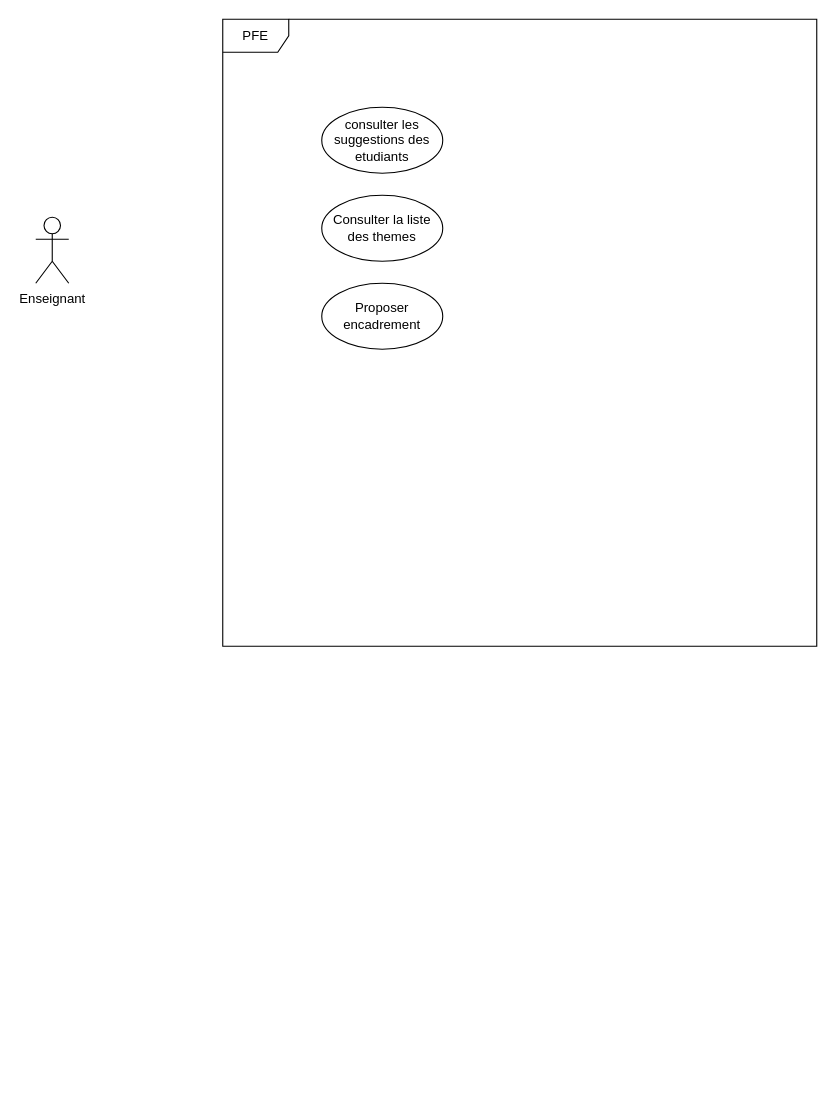
Earlier version of the draw.io diagram diagrams/useCasesEnseignant.drawio (stormsidali2001/PFE_third_year_school_project_front). Source tidied: cells renumbered, new cells numbered last; positions are measured from the earlier drawing's top-left corner, leaving out a move shared by most shapes. Both pictures are drawn from the tidied source at 110%, with x=0, y=0 at pixel (35, 19).
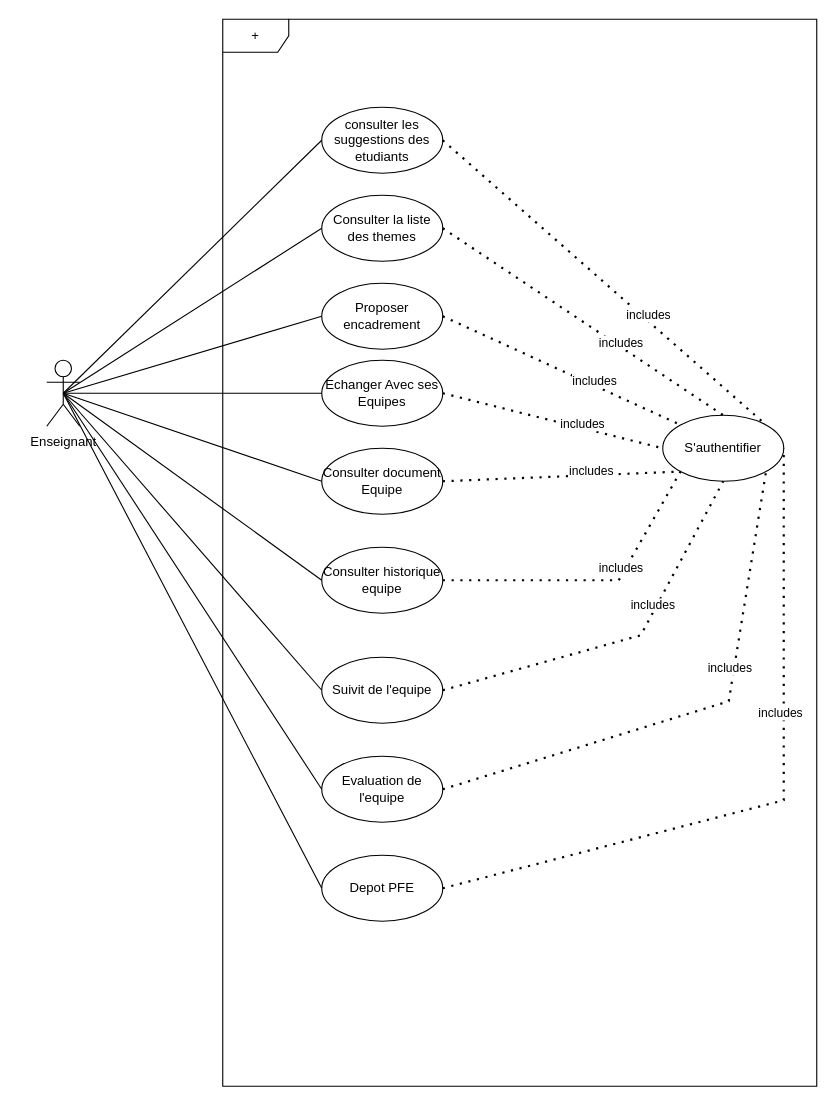
The same diagram, later.

The change refers to these unchanged cells:
```xml
<mxCell id="4" value="consulter les suggestions des etudiants" style="ellipse;whiteSpace=wrap;html=1;" parent="1" vertex="1">
  <mxGeometry x="260" y="80" width="110" height="60" as="geometry" />
</mxCell>
<mxCell id="5" value="Consulter la liste des themes" style="ellipse;whiteSpace=wrap;html=1;" parent="1" vertex="1">
  <mxGeometry x="260" y="160" width="110" height="60" as="geometry" />
</mxCell>
<mxCell id="6" value="Proposer encadrement" style="ellipse;whiteSpace=wrap;html=1;" parent="1" vertex="1">
  <mxGeometry x="260" y="240" width="110" height="60" as="geometry" />
</mxCell>
```

Diff of the diagram source:
```diff
@@
-    <mxCell id="2" value="PFE" style="shape=umlFrame;whiteSpace=wrap;html=1;" parent="1" vertex="1">
-      <mxGeometry x="170" width="540" height="570" as="geometry" />
+    <mxCell id="2" value="+" style="shape=umlFrame;whiteSpace=wrap;html=1;" parent="1" vertex="1">
+      <mxGeometry x="170" width="540" height="970" as="geometry" />
     </mxCell>
     <mxCell id="3" value="Enseignant" style="shape=umlActor;verticalLabelPosition=bottom;verticalAlign=top;html=1;outlineConnect=0;" parent="1" vertex="1">
-      <mxGeometry y="180" width="30" height="60" as="geometry" />
+      <mxGeometry x="10" y="310" width="30" height="60" as="geometry" />
     </mxCell>
@@
+    <mxCell id="7" style="endArrow=none;html=1;rounded=0;entryX=0;entryY=0.5;entryDx=0;entryDy=0;exitX=0.5;exitY=0.5;exitDx=0;exitDy=0;exitPerimeter=0;" parent="1" edge="1" source="3" target="4">
+      <mxGeometry relative="1" as="geometry" />
+    </mxCell>
+    <mxCell id="8" style="endArrow=none;html=1;rounded=0;entryX=0;entryY=0.5;entryDx=0;entryDy=0;exitX=0.5;exitY=0.5;exitDx=0;exitDy=0;exitPerimeter=0;" parent="1" edge="1" source="3" target="5">
+      <mxGeometry relative="1" as="geometry" />
+    </mxCell>
+    <mxCell id="9" style="endArrow=none;html=1;rounded=0;entryX=0;entryY=0.5;entryDx=0;entryDy=0;exitX=0.5;exitY=0.5;exitDx=0;exitDy=0;exitPerimeter=0;" parent="1" edge="1" source="3" target="6">
+      <mxGeometry relative="1" as="geometry" />
+    </mxCell>
+    <mxCell id="10" value="Echanger Avec ses Equipes&lt;br&gt;" style="ellipse;whiteSpace=wrap;html=1;" parent="1" vertex="1">
+      <mxGeometry x="260" y="310" width="110" height="60" as="geometry" />
+    </mxCell>
+    <mxCell id="11" value="Consulter document Equipe" style="ellipse;whiteSpace=wrap;html=1;" parent="1" vertex="1">
+      <mxGeometry x="260" y="390" width="110" height="60" as="geometry" />
+    </mxCell>
+    <mxCell id="12" value="Consulter historique equipe" style="ellipse;whiteSpace=wrap;html=1;" parent="1" vertex="1">
+      <mxGeometry x="260" y="480" width="110" height="60" as="geometry" />
+    </mxCell>
+    <mxCell id="13" value="Suivit de l'equipe" style="ellipse;whiteSpace=wrap;html=1;" parent="1" vertex="1">
+      <mxGeometry x="260" y="580" width="110" height="60" as="geometry" />
+    </mxCell>
+    <mxCell id="14" value="Evaluation de l'equipe" style="ellipse;whiteSpace=wrap;html=1;" parent="1" vertex="1">
+      <mxGeometry x="260" y="670" width="110" height="60" as="geometry" />
+    </mxCell>
+    <mxCell id="15" style="endArrow=none;html=1;rounded=0;entryX=0;entryY=0.5;entryDx=0;entryDy=0;exitX=0.5;exitY=0.5;exitDx=0;exitDy=0;exitPerimeter=0;" parent="1" edge="1" source="3" target="10">
+      <mxGeometry relative="1" as="geometry" />
+    </mxCell>
+    <mxCell id="16" style="endArrow=none;html=1;rounded=0;entryX=0;entryY=0.5;entryDx=0;entryDy=0;exitX=0.5;exitY=0.5;exitDx=0;exitDy=0;exitPerimeter=0;" parent="1" edge="1" source="3" target="11">
+      <mxGeometry relative="1" as="geometry" />
+    </mxCell>
+    <mxCell id="17" style="endArrow=none;html=1;rounded=0;entryX=0;entryY=0.5;entryDx=0;entryDy=0;exitX=0.5;exitY=0.5;exitDx=0;exitDy=0;exitPerimeter=0;" parent="1" edge="1" source="3" target="12">
+      <mxGeometry relative="1" as="geometry" />
+    </mxCell>
+    <mxCell id="18" style="endArrow=none;html=1;rounded=0;exitX=0.5;exitY=0.5;exitDx=0;exitDy=0;exitPerimeter=0;entryX=0;entryY=0.5;entryDx=0;entryDy=0;" parent="1" edge="1" source="3" target="13">
+      <mxGeometry relative="1" as="geometry" />
+    </mxCell>
+    <mxCell id="19" style="endArrow=none;html=1;rounded=0;entryX=0;entryY=0.5;entryDx=0;entryDy=0;exitX=0.5;exitY=0.5;exitDx=0;exitDy=0;exitPerimeter=0;" parent="1" edge="1" source="3" target="14">
+      <mxGeometry relative="1" as="geometry" />
+    </mxCell>
+    <mxCell id="20" value="S'authentifier" style="ellipse;whiteSpace=wrap;html=1;" parent="1" vertex="1">
+      <mxGeometry x="570" y="360" width="110" height="60" as="geometry" />
+    </mxCell>
+    <mxCell id="21" style="endArrow=none;dashed=1;html=1;dashPattern=1 3;strokeWidth=2;rounded=0;exitX=1;exitY=0.5;exitDx=0;exitDy=0;entryX=1;entryY=1;entryDx=0;entryDy=0;" parent="1" edge="1" source="14" target="20">
+      <mxGeometry relative="1" as="geometry">
+        <Array as="points">
+          <mxPoint x="630" y="620" />
+        </Array>
+      </mxGeometry>
+    </mxCell>
+    <mxCell id="22" value="includes" style="edgeLabel;html=1;align=center;verticalAlign=middle;" parent="21" vertex="1">
+      <mxGeometry x="0.25" y="4" relative="1" as="geometry" />
+    </mxCell>
+    <mxCell id="23" style="endArrow=none;dashed=1;html=1;dashPattern=1 3;strokeWidth=2;rounded=0;exitX=1;exitY=0.5;exitDx=0;exitDy=0;entryX=0.5;entryY=1;entryDx=0;entryDy=0;" parent="1" edge="1" source="13" target="20">
+      <mxGeometry relative="1" as="geometry">
+        <Array as="points">
+          <mxPoint x="550" y="560" />
+        </Array>
+      </mxGeometry>
+    </mxCell>
+    <mxCell id="24" value="includes" style="edgeLabel;html=1;align=center;verticalAlign=middle;" parent="23" vertex="1">
+      <mxGeometry x="0.25" y="4" relative="1" as="geometry" />
+    </mxCell>
+    <mxCell id="25" style="endArrow=none;dashed=1;html=1;dashPattern=1 3;strokeWidth=2;rounded=0;exitX=1;exitY=0.5;exitDx=0;exitDy=0;entryX=0;entryY=1;entryDx=0;entryDy=0;" parent="1" edge="1" source="12" target="20">
+      <mxGeometry relative="1" as="geometry">
+        <Array as="points">
+          <mxPoint x="530" y="510" />
+        </Array>
+      </mxGeometry>
+    </mxCell>
+    <mxCell id="26" value="includes" style="edgeLabel;html=1;align=center;verticalAlign=middle;" parent="25" vertex="1">
+      <mxGeometry x="0.25" y="4" relative="1" as="geometry" />
+    </mxCell>
+    <mxCell id="27" style="endArrow=none;dashed=1;html=1;dashPattern=1 3;strokeWidth=2;rounded=0;exitX=1;exitY=0.5;exitDx=0;exitDy=0;entryX=0;entryY=1;entryDx=0;entryDy=0;" parent="1" edge="1" source="11" target="20">
+      <mxGeometry relative="1" as="geometry" />
+    </mxCell>
+    <mxCell id="28" value="includes" style="edgeLabel;html=1;align=center;verticalAlign=middle;" parent="27" vertex="1">
+      <mxGeometry x="0.25" y="4" relative="1" as="geometry" />
+    </mxCell>
+    <mxCell id="29" style="endArrow=none;dashed=1;html=1;dashPattern=1 3;strokeWidth=2;rounded=0;exitX=1;exitY=0.5;exitDx=0;exitDy=0;entryX=0;entryY=0.5;entryDx=0;entryDy=0;" parent="1" edge="1" source="10" target="20">
+      <mxGeometry relative="1" as="geometry" />
+    </mxCell>
+    <mxCell id="30" value="includes" style="edgeLabel;html=1;align=center;verticalAlign=middle;" parent="29" vertex="1">
+      <mxGeometry x="0.25" y="4" relative="1" as="geometry" />
+    </mxCell>
+    <mxCell id="31" style="endArrow=none;dashed=1;html=1;dashPattern=1 3;strokeWidth=2;rounded=0;exitX=1;exitY=0.5;exitDx=0;exitDy=0;entryX=0;entryY=0;entryDx=0;entryDy=0;" parent="1" edge="1" source="6" target="20">
+      <mxGeometry relative="1" as="geometry" />
+    </mxCell>
+    <mxCell id="32" value="includes" style="edgeLabel;html=1;align=center;verticalAlign=middle;" parent="31" vertex="1">
+      <mxGeometry x="0.25" y="4" relative="1" as="geometry" />
+    </mxCell>
+    <mxCell id="33" style="endArrow=none;dashed=1;html=1;dashPattern=1 3;strokeWidth=2;rounded=0;exitX=1;exitY=0.5;exitDx=0;exitDy=0;entryX=0.5;entryY=0;entryDx=0;entryDy=0;" parent="1" edge="1" source="5" target="20">
+      <mxGeometry relative="1" as="geometry" />
+    </mxCell>
+    <mxCell id="34" value="includes" style="edgeLabel;html=1;align=center;verticalAlign=middle;" parent="33" vertex="1">
+      <mxGeometry x="0.25" y="4" relative="1" as="geometry" />
+    </mxCell>
+    <mxCell id="35" style="endArrow=none;dashed=1;html=1;dashPattern=1 3;strokeWidth=2;rounded=0;exitX=1;exitY=0.5;exitDx=0;exitDy=0;entryX=1;entryY=0;entryDx=0;entryDy=0;" parent="1" edge="1" source="4" target="20">
+      <mxGeometry relative="1" as="geometry" />
+    </mxCell>
+    <mxCell id="36" value="includes" style="edgeLabel;html=1;align=center;verticalAlign=middle;" parent="35" vertex="1">
+      <mxGeometry x="0.25" y="4" relative="1" as="geometry" />
+    </mxCell>
+    <mxCell id="37" value="Depot PFE" style="ellipse;whiteSpace=wrap;html=1;" parent="1" vertex="1">
+      <mxGeometry x="260" y="760" width="110" height="60" as="geometry" />
+    </mxCell>
+    <mxCell id="38" style="endArrow=none;html=1;rounded=0;entryX=0.5;entryY=0.5;entryDx=0;entryDy=0;entryPerimeter=0;exitX=0;exitY=0.5;exitDx=0;exitDy=0;" parent="1" edge="1" source="37" target="3">
+      <mxGeometry relative="1" as="geometry" />
+    </mxCell>
+    <mxCell id="39" style="endArrow=none;dashed=1;html=1;dashPattern=1 3;strokeWidth=2;rounded=0;exitX=1;exitY=0.5;exitDx=0;exitDy=0;entryX=1;entryY=0.5;entryDx=0;entryDy=0;" parent="1" edge="1" source="37" target="20">
+      <mxGeometry relative="1" as="geometry">
+        <Array as="points">
+          <mxPoint x="680" y="710" />
+        </Array>
+      </mxGeometry>
+    </mxCell>
+    <mxCell id="40" value="includes" style="edgeLabel;html=1;align=center;verticalAlign=middle;" parent="39" vertex="1">
+      <mxGeometry x="0.25" y="4" relative="1" as="geometry" />
+    </mxCell>
```
